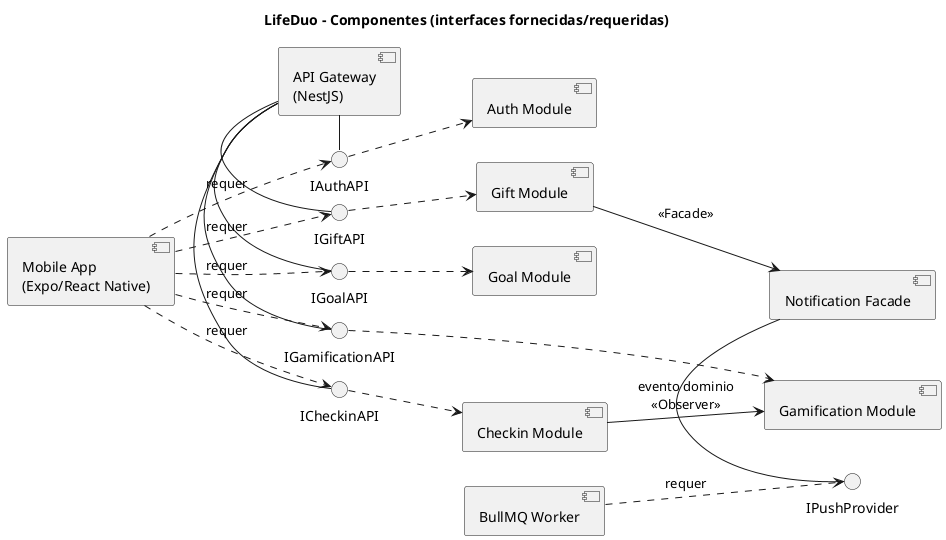
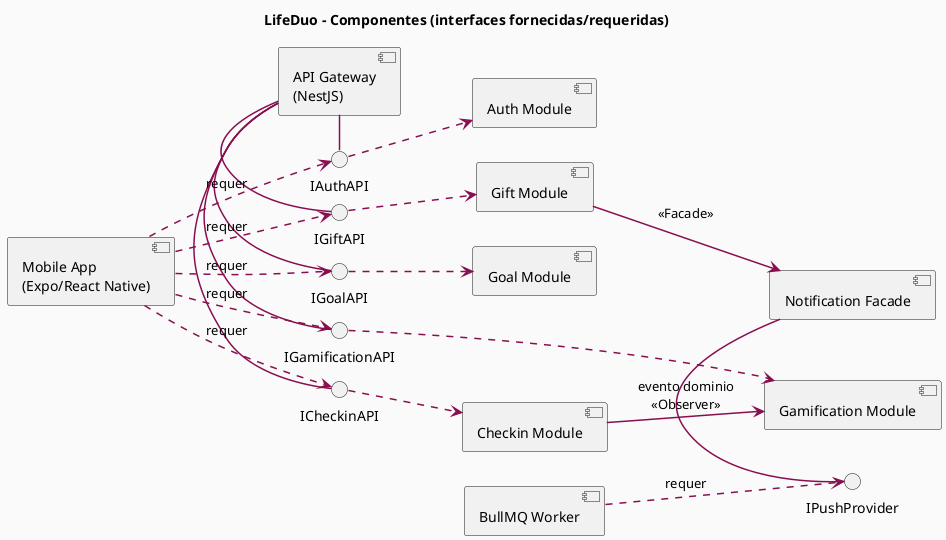
@startuml
+ left to right direction
+ skinparam backgroundColor #FAFAFA
+ skinparam shadowing false
+ skinparam sequenceArrowThickness 1.5
+ skinparam sequenceParticipantBorderColor #C2185B
+ skinparam sequenceParticipantBackgroundColor #F8BBD0
+ skinparam sequenceActorBorderColor #C2185B
+ skinparam sequenceActorBackgroundColor #F48FB1
+ skinparam sequenceLifeLineBorderColor #AD1457
+ skinparam sequenceArrowColor #880E4F
+ skinparam ArrowColor #880E4F
+ skinparam noteBorderColor #AD1457
+ skinparam noteBackgroundColor #FCE4EC
+ skinparam noteFontColor #880E4F
+ skinparam sequenceMessageFontColor #880E4F
+ skinparam databaseBorderColor #C2185B
+ skinparam databaseBackgroundColor #F8BBD0
+ skinparam collectionsBackgroundColor #F8BBD0
+ skinparam collectionsBorderColor #C2185B
+ 
title LifeDuo - Componentes (interfaces fornecidas/requeridas)
skinparam componentStyle uml2
left to right direction

component "Mobile App\n(Expo/React Native)" as Mobile
component "API Gateway\n(NestJS)" as Gateway
component "Auth Module" as Auth
component "Checkin Module" as Checkin
component "Goal Module" as Goal
component "Gift Module" as Gift
component "Gamification Module" as Game
component "Notification Facade" as Notif
component "BullMQ Worker" as Worker

interface "IAuthAPI" as IAuth
interface "ICheckinAPI" as ICheckin
interface "IGoalAPI" as IGoal
interface "IGiftAPI" as IGift
interface "IGamificationAPI" as IGame
interface "IPushProvider" as IPush

Gateway - IAuth
Gateway - ICheckin
Gateway - IGoal
Gateway - IGift
Gateway - IGame
Notif - IPush

Mobile ..> IAuth : requer
Mobile ..> ICheckin : requer
Mobile ..> IGoal : requer
Mobile ..> IGift : requer
Mobile ..> IGame : requer

IAuth ..> Auth
ICheckin ..> Checkin
IGoal ..> Goal
IGift ..> Gift
IGame ..> Game

Gift --> Notif : <<Facade>>
Checkin --> Game : evento dominio\n<<Observer>>
Worker ..> IPush : requer

newpage
title LifeDuo - Implantacao (junto ao diagrama de componentes)

node "Dispositivo iOS/Android" as Device {
  artifact "App LifeDuo"
}

node "Railway/Cloud" as Cloud {
  node "Container API" as ApiNode {
    artifact "NestJS API"
  }
  node "Container Worker" as WorkerNode {
    artifact "BullMQ Worker"
  }
}

database "PostgreSQL 16" as DB
node "Redis 7" as Redis
cloud "Firebase Cloud Messaging" as FCM
cloud "Gateway de Pagamento" as Pay

Device --> ApiNode : HTTPS/REST + JWT
Device --> ApiNode : WebSocket
ApiNode --> DB : Prisma
ApiNode --> Redis : cache/streak
WorkerNode --> Redis : filas
WorkerNode --> FCM : push
ApiNode --> Pay : API pagamento
@enduml
